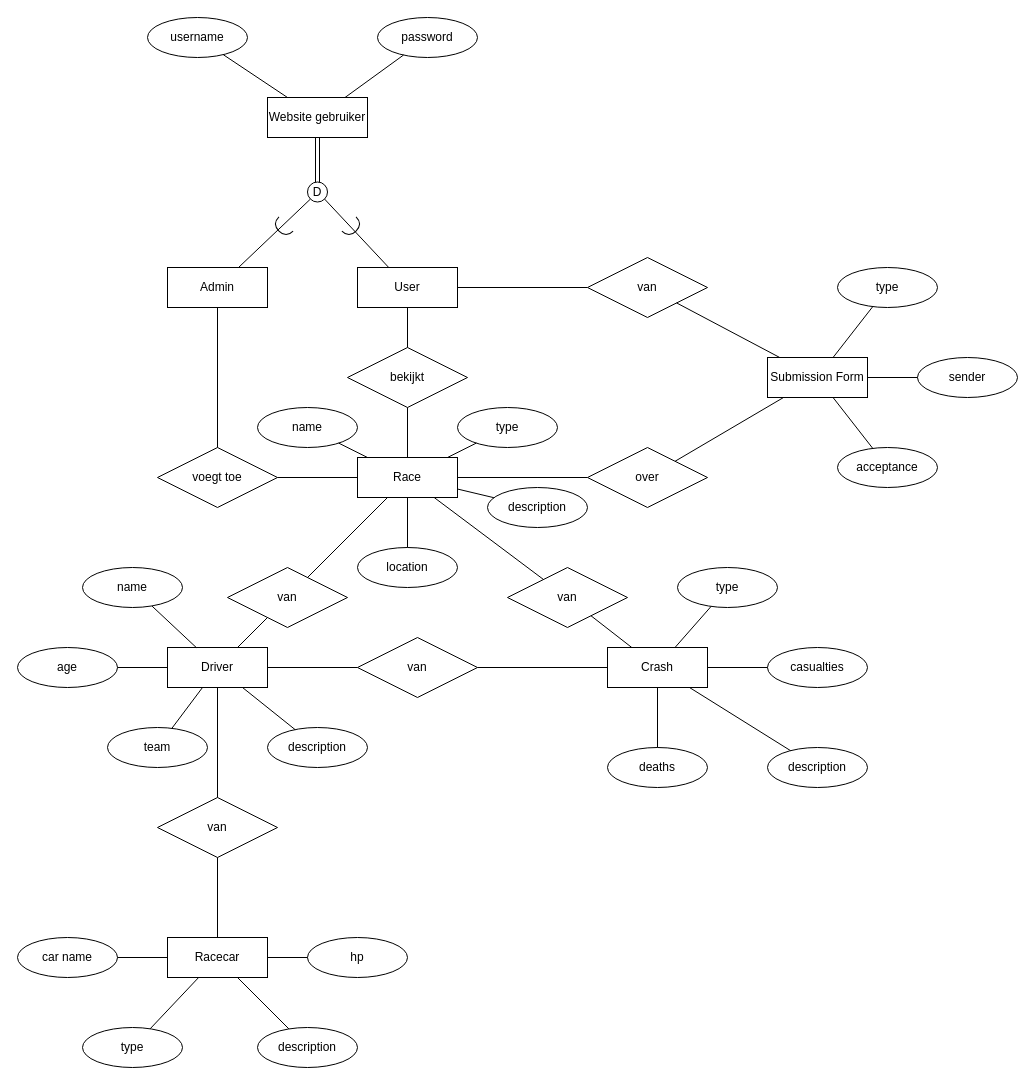
This is analysis/conceptueel diagram project.drawio from UCLL-Full-stack/ucll-full-stack-2425-project2425-project-template, a draw.io file, before an edit. Source tidied: cells renumbered, new cells numbered last; positions are measured from the earlier drawing's top-left corner, leaving out a move shared by most shapes. Both pictures are drawn from the tidied source at 100%, with x=0, y=0 at pixel (17, 17).
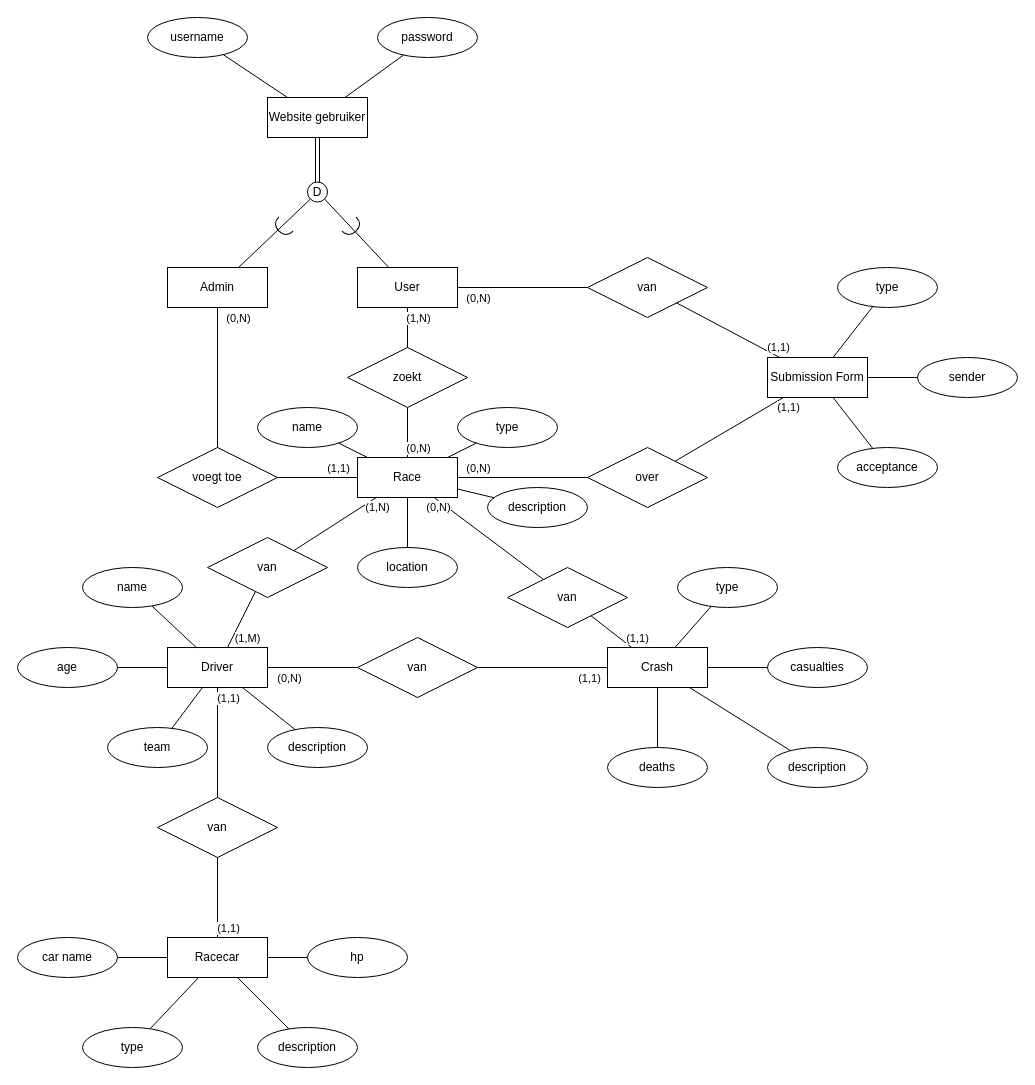
The same diagram, later.

Commit message (it also covers changes not shown here):
Conceptueel model verbeteringen + logisch model

Unchanged cells that the change refers to:
```xml
<mxCell id="7" style="endArrow=none;html=1;rounded=0;" parent="1" edge="1" source="5" target="6">
  <mxGeometry relative="1" as="geometry" />
</mxCell>
<mxCell id="8" style="endArrow=none;html=1;rounded=0;" parent="1" edge="1" source="6" target="4">
  <mxGeometry relative="1" as="geometry" />
</mxCell>
<mxCell id="10" style="endArrow=none;html=1;rounded=0;" parent="1" edge="1" source="9" target="4">
  <mxGeometry relative="1" as="geometry" />
</mxCell>
<mxCell id="11" style="endArrow=none;html=1;rounded=0;" parent="1" edge="1" source="9" target="3">
  <mxGeometry relative="1" as="geometry" />
</mxCell>
<mxCell id="13" style="endArrow=none;html=1;rounded=0;" parent="1" edge="1" source="2" target="14">
  <mxGeometry relative="1" as="geometry" />
</mxCell>
<mxCell id="15" style="endArrow=none;html=1;rounded=0;" parent="1" edge="1" source="12" target="14">
  <mxGeometry relative="1" as="geometry" />
</mxCell>
<mxCell id="26" style="endArrow=none;html=1;rounded=0;" parent="1" edge="1" source="12" target="25">
  <mxGeometry relative="1" as="geometry" />
</mxCell>
<mxCell id="27" style="endArrow=none;html=1;rounded=0;" parent="1" edge="1" source="25" target="4">
  <mxGeometry relative="1" as="geometry" />
</mxCell>
<mxCell id="28" style="endArrow=none;html=1;rounded=0;" parent="1" edge="1" source="2" target="16">
  <mxGeometry relative="1" as="geometry" />
</mxCell>
<mxCell id="29" style="endArrow=none;html=1;rounded=0;" parent="1" edge="1" source="4" target="16">
  <mxGeometry relative="1" as="geometry" />
</mxCell>
<mxCell id="31" style="endArrow=none;html=1;rounded=0;" parent="1" edge="1" source="24" target="30">
  <mxGeometry relative="1" as="geometry" />
</mxCell>
<mxCell id="32" style="endArrow=none;html=1;rounded=0;" parent="1" edge="1" source="4" target="30">
  <mxGeometry relative="1" as="geometry" />
</mxCell>
<mxCell id="34" style="endArrow=none;html=1;rounded=0;" parent="1" edge="1" source="33" target="5">
  <mxGeometry relative="1" as="geometry" />
</mxCell>
<mxCell id="35" style="endArrow=none;html=1;rounded=0;" parent="1" edge="1" source="3" target="33">
  <mxGeometry relative="1" as="geometry" />
</mxCell>
<mxCell id="44" style="endArrow=none;html=1;rounded=0;" parent="1" edge="1" source="43" target="5">
  <mxGeometry relative="1" as="geometry" />
</mxCell>
<mxCell id="45" style="endArrow=none;html=1;rounded=0;" parent="1" edge="1" source="43" target="42">
  <mxGeometry relative="1" as="geometry" />
</mxCell>
```

Change to the diagram source:
```diff
@@
     <mxCell id="6" value="van" style="shape=rhombus;perimeter=rhombusPerimeter;whiteSpace=wrap;html=1;align=center;" parent="1" vertex="1">
-      <mxGeometry x="210" y="550" width="120" height="60" as="geometry" />
+      <mxGeometry x="190" y="520" width="120" height="60" as="geometry" />
     </mxCell>
@@
+    <mxCell id="82" value="(1,M)" style="edgeLabel;html=1;align=center;verticalAlign=middle;" parent="7" vertex="1">
+      <mxGeometry x="0.1" y="3" relative="1" as="geometry">
+        <mxPoint x="7" y="22" as="offset" />
+      </mxGeometry>
+    </mxCell>
@@
+    <mxCell id="83" value="(1,N)" style="edgeLabel;html=1;align=center;verticalAlign=middle;" parent="8" vertex="1">
+      <mxGeometry x="0.21" y="2" relative="1" as="geometry">
+        <mxPoint x="35" y="-10" as="offset" />
+      </mxGeometry>
+    </mxCell>
@@
+    <mxCell id="84" value="(0,N)" style="edgeLabel;html=1;align=center;verticalAlign=middle;" parent="10" vertex="1">
+      <mxGeometry x="0.07" y="2" relative="1" as="geometry">
+        <mxPoint x="-46" y="-30" as="offset" />
+      </mxGeometry>
+    </mxCell>
@@
+    <mxCell id="85" value="(1,1)" style="edgeLabel;html=1;align=center;verticalAlign=middle;" parent="11" vertex="1">
+      <mxGeometry x="-0.12" relative="1" as="geometry">
+        <mxPoint x="28" y="8" as="offset" />
+      </mxGeometry>
+    </mxCell>
@@
+    <mxCell id="86" value="(0,N)" style="edgeLabel;html=1;align=center;verticalAlign=middle;" parent="13" vertex="1">
+      <mxGeometry x="-0.62" relative="1" as="geometry">
+        <mxPoint x="-5" y="10" as="offset" />
+      </mxGeometry>
+    </mxCell>
@@
+    <mxCell id="87" value="(1,1)" style="edgeLabel;html=1;align=center;verticalAlign=middle;" parent="15" vertex="1">
+      <mxGeometry x="-0.15" relative="1" as="geometry">
+        <mxPoint x="42" y="13" as="offset" />
+      </mxGeometry>
+    </mxCell>
-    <mxCell id="16" value="bekijkt" style="shape=rhombus;perimeter=rhombusPerimeter;whiteSpace=wrap;html=1;align=center;" parent="1" vertex="1">
+    <mxCell id="16" value="zoekt" style="shape=rhombus;perimeter=rhombusPerimeter;whiteSpace=wrap;html=1;align=center;" parent="1" vertex="1">
       <mxGeometry x="330" y="330" width="120" height="60" as="geometry" />
     </mxCell>
@@
+    <mxCell id="88" value="(1,1)" style="edgeLabel;html=1;align=center;verticalAlign=middle;" parent="26" vertex="1">
+      <mxGeometry x="-0.15" y="-1" relative="1" as="geometry">
+        <mxPoint x="51" y="-17" as="offset" />
+      </mxGeometry>
+    </mxCell>
@@
+    <mxCell id="89" value="(0,N)" style="edgeLabel;html=1;align=center;verticalAlign=middle;" parent="27" vertex="1">
+      <mxGeometry x="0.23" y="-2" relative="1" as="geometry">
+        <mxPoint x="-30" y="-8" as="offset" />
+      </mxGeometry>
+    </mxCell>
@@
+    <mxCell id="90" value="(1,N)" style="edgeLabel;html=1;align=center;verticalAlign=middle;" parent="28" vertex="1">
+      <mxGeometry x="-0.4" y="3" relative="1" as="geometry">
+        <mxPoint x="7" y="-2" as="offset" />
+      </mxGeometry>
+    </mxCell>
@@
+    <mxCell id="91" value="(0,N)" style="edgeLabel;html=1;align=center;verticalAlign=middle;" parent="29" vertex="1">
+      <mxGeometry y="1" relative="1" as="geometry">
+        <mxPoint x="11" y="15" as="offset" />
+      </mxGeometry>
+    </mxCell>
@@
+    <mxCell id="92" value="(0,N)" style="edgeLabel;html=1;align=center;verticalAlign=middle;" parent="31" vertex="1">
+      <mxGeometry x="-0.17" y="1" relative="1" as="geometry">
+        <mxPoint x="19" y="-48" as="offset" />
+      </mxGeometry>
+    </mxCell>
@@
+    <mxCell id="93" value="(1,1)" style="edgeLabel;html=1;align=center;verticalAlign=middle;" parent="32" vertex="1">
+      <mxGeometry x="0.07" y="3" relative="1" as="geometry">
+        <mxPoint x="23" y="-13" as="offset" />
+      </mxGeometry>
+    </mxCell>
@@
+    <mxCell id="94" value="(0,N)" style="edgeLabel;html=1;align=center;verticalAlign=middle;" parent="34" vertex="1">
+      <mxGeometry x="-0.19" y="-2" relative="1" as="geometry">
+        <mxPoint x="-33" y="12" as="offset" />
+      </mxGeometry>
+    </mxCell>
@@
+    <mxCell id="95" value="(1,1)" style="edgeLabel;html=1;align=center;verticalAlign=middle;" parent="35" vertex="1">
+      <mxGeometry x="0.33" y="1" relative="1" as="geometry">
+        <mxPoint x="67" y="9" as="offset" />
+      </mxGeometry>
+    </mxCell>
@@
+    <mxCell id="96" value="(1,1)" style="edgeLabel;html=1;align=center;verticalAlign=middle;" parent="44" vertex="1">
+      <mxGeometry x="-0.35" y="2" relative="1" as="geometry">
+        <mxPoint x="12" y="-64" as="offset" />
+      </mxGeometry>
+    </mxCell>
@@
+    <mxCell id="97" value="(1,1)" style="edgeLabel;html=1;align=center;verticalAlign=middle;" parent="45" vertex="1">
+      <mxGeometry x="0.03" y="-2" relative="1" as="geometry">
+        <mxPoint x="12" y="29" as="offset" />
+      </mxGeometry>
+    </mxCell>
```
